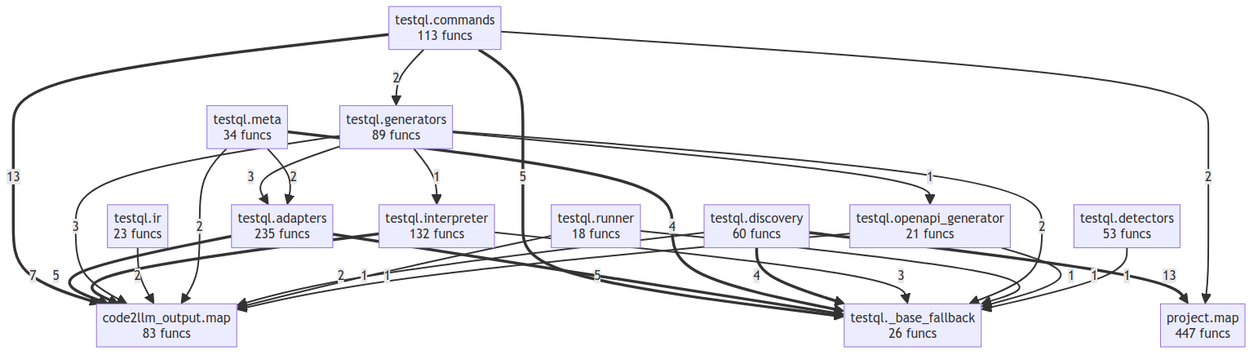
Earlier version of the Mermaid export project/compact_flow.png (oqlos/testql). Its source is kept beside it as project/compact_flow.mmd.
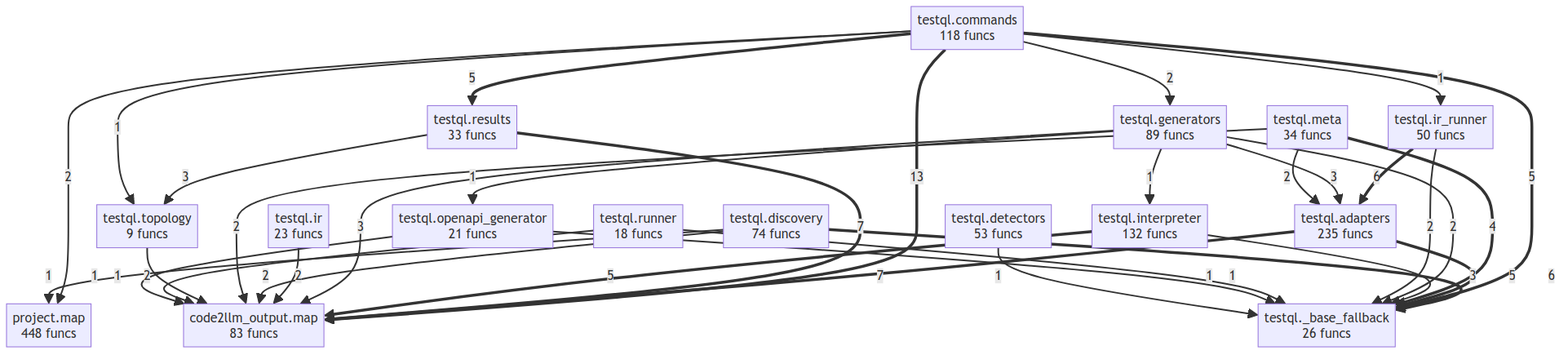
After the change.

Change to the diagram source:
```diff
@@ -1,35 +1,43 @@
 flowchart TD
     code2llm_output__map["code2llm_output.map<br/>83 funcs"]
-    project__map["project.map<br/>447 funcs"]
+    project__map["project.map<br/>448 funcs"]
     testql___base_fallback["testql._base_fallback<br/>26 funcs"]
     testql__adapters["testql.adapters<br/>235 funcs"]
-    testql__commands["testql.commands<br/>113 funcs"]
+    testql__commands["testql.commands<br/>118 funcs"]
     testql__detectors["testql.detectors<br/>53 funcs"]
-    testql__discovery["testql.discovery<br/>60 funcs"]
+    testql__discovery["testql.discovery<br/>74 funcs"]
     testql__generators["testql.generators<br/>89 funcs"]
     testql__interpreter["testql.interpreter<br/>132 funcs"]
     testql__ir["testql.ir<br/>23 funcs"]
+    testql__ir_runner["testql.ir_runner<br/>50 funcs"]
     testql__meta["testql.meta<br/>34 funcs"]
     testql__openapi_generator["testql.openapi_generator<br/>21 funcs"]
+    testql__results["testql.results<br/>33 funcs"]
     testql__runner["testql.runner<br/>18 funcs"]
+    testql__topology["testql.topology<br/>9 funcs"]
     testql__commands ==>|13| code2llm_output__map
-    testql__discovery ==>|13| project__map
     testql__adapters ==>|7| code2llm_output__map
+    testql__results ==>|7| code2llm_output__map
+    testql__discovery ==>|6| testql___base_fallback
+    testql__ir_runner ==>|6| testql__adapters
     testql__commands ==>|5| testql___base_fallback
     testql__interpreter ==>|5| code2llm_output__map
     testql__adapters ==>|5| testql___base_fallback
+    testql__commands ==>|5| testql__results
     testql__meta ==>|4| testql___base_fallback
-    testql__discovery ==>|4| testql___base_fallback
     testql__interpreter -->|3| testql___base_fallback
     testql__generators -->|3| code2llm_output__map
     testql__generators -->|3| testql__adapters
+    testql__results -->|3| testql__topology
+    testql__commands -->|2| project__map
     testql__commands -->|2| testql__generators
     testql__ir -->|2| code2llm_output__map
+    testql__discovery -->|2| code2llm_output__map
     testql__generators -->|2| testql___base_fallback
-    testql__commands -->|2| project__map
     testql__meta -->|2| code2llm_output__map
     testql__meta -->|2| testql__adapters
-    testql__discovery -->|2| code2llm_output__map
+    testql__ir_runner -->|2| testql___base_fallback
+    testql__topology -->|2| code2llm_output__map
     testql__runner -->|1| code2llm_output__map
     testql__runner -->|1| testql___base_fallback
     testql__openapi_generator -->|1| code2llm_output__map
@@ -37,3 +45,6 @@
     testql__generators -->|1| testql__openapi_generator
     testql__generators -->|1| testql__interpreter
     testql__detectors -->|1| testql___base_fallback
+    testql__discovery -->|1| project__map
+    testql__commands -->|1| testql__topology
+    testql__commands -->|1| testql__ir_runner
```
